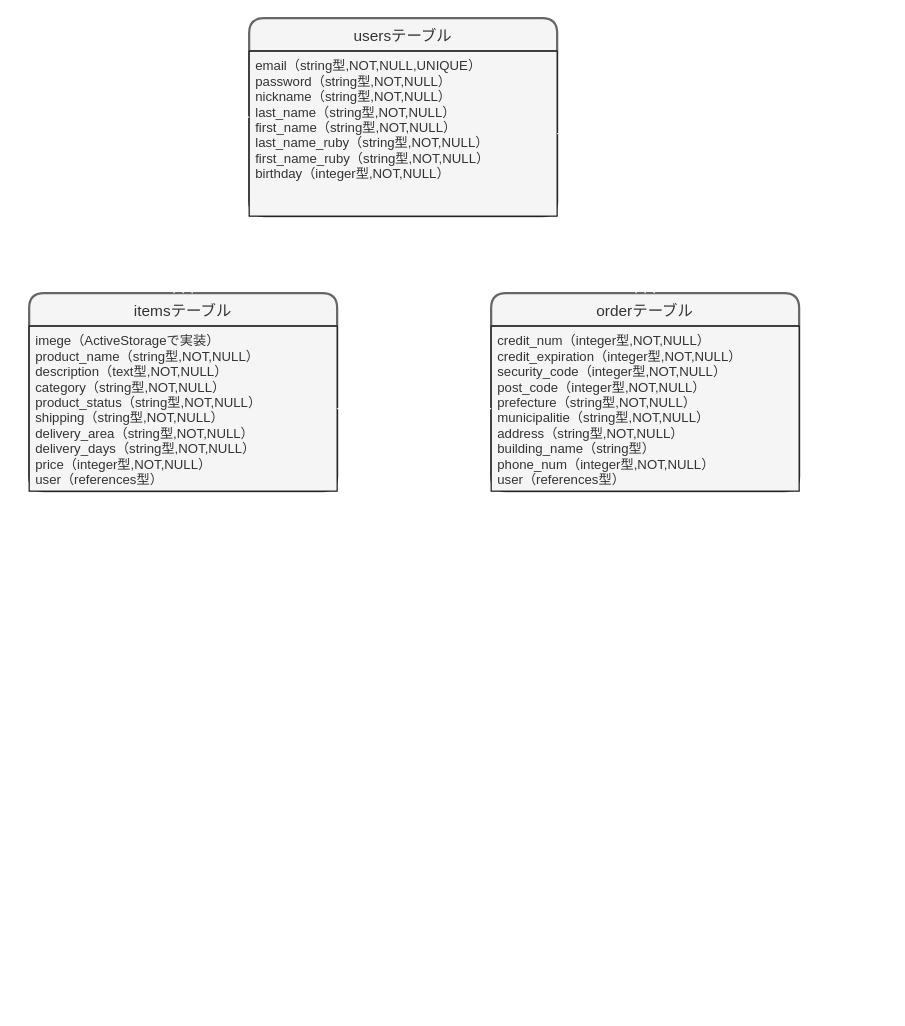
Earlier version of the draw.io diagram furima.dio (hiroki1121/furima-35412). Source tidied: cells renumbered, new cells numbered last; positions are measured from the earlier drawing's top-left corner, leaving out a move shared by most shapes. Both pictures are drawn from the tidied source at 110%, with x=0, y=0 at pixel (29, 18).
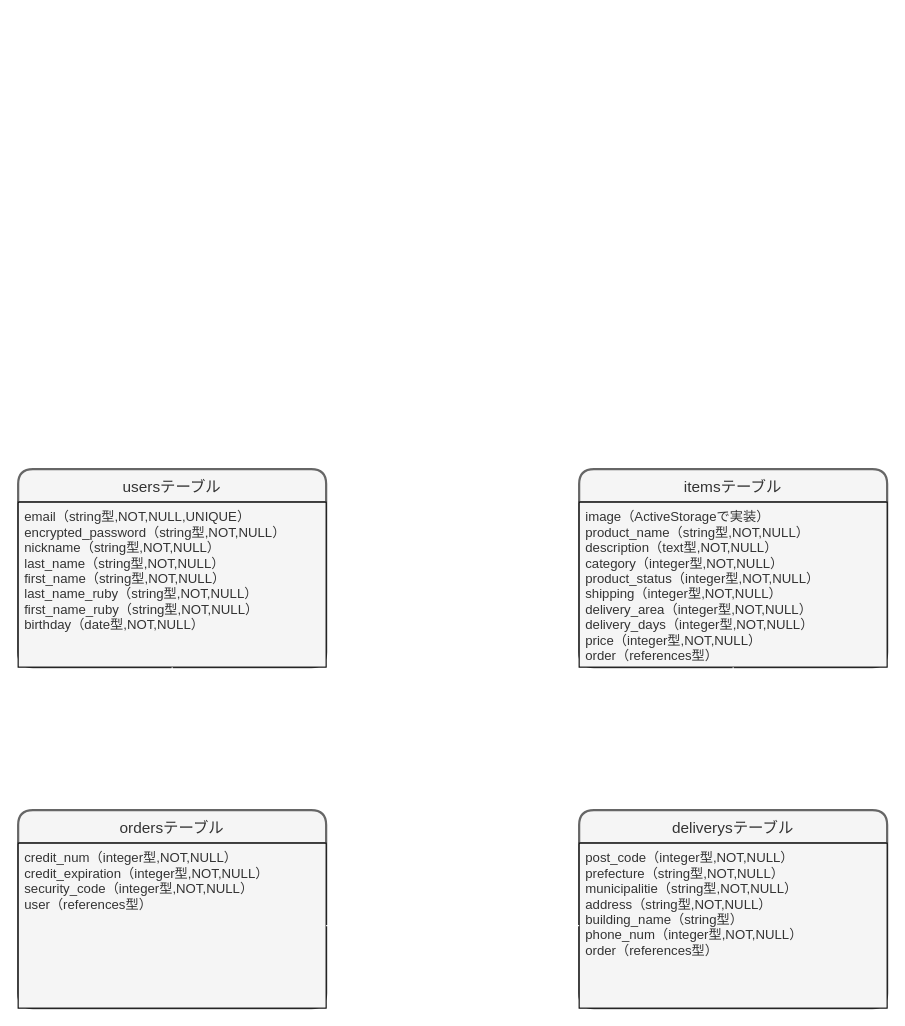
The same page after the edit.

Change to the diagram source:
```diff
@@
 <mxGraphModel>
   <root>
     <mxCell id="0" />
     <mxCell id="1" parent="0" />
+    <mxCell id="8" style="edgeStyle=orthogonalEdgeStyle;rounded=0;jettySize=auto;html=1;entryX=0;entryY=0.4;entryDx=0;entryDy=0;entryPerimeter=0;startArrow=ERone;startFill=0;startSize=15;endArrow=ERmany;endFill=0;endSize=15;targetPerimeterSpacing=0;strokeColor=#FFFFFF;fontFamily=Helvetica;" parent="1" edge="1" source="2" target="11">
+      <mxGeometry relative="1" as="geometry" />
+    </mxCell>
     <mxCell id="2" value="usersテーブル" style="swimlane;horizontal=1;startSize=30;rounded=1;fontSize=14;fontStyle=0;strokeWidth=2;shadow=0;dashed=0;align=center;fillColor=#f5f5f5;strokeColor=#666666;fontColor=#333333;labelPosition=center;verticalLabelPosition=middle;verticalAlign=middle;" parent="1" vertex="1">
-      <mxGeometry x="200" width="280" height="180" as="geometry" />
+      <mxGeometry x="-10" y="410" width="280" height="180" as="geometry" />
     </mxCell>
-    <mxCell id="3" value="email（string型,NOT,NULL,UNIQUE）&#10;password（string型,NOT,NULL）&#10;nickname（string型,NOT,NULL）&#10;last_name（string型,NOT,NULL）&#10;first_name（string型,NOT,NULL）&#10;last_name_ruby（string型,NOT,NULL）&#10;first_name_ruby（string型,NOT,NULL）&#10;birthday（integer型,NOT,NULL）" style="align=left;fillColor=#f5f5f5;spacingLeft=4;fontSize=12;verticalAlign=top;fontColor=#333333;strokeColor=#000000;" parent="2" vertex="1">
+    <mxCell id="3" value="email（string型,NOT,NULL,UNIQUE）&#10;encrypted_password（string型,NOT,NULL）&#10;nickname（string型,NOT,NULL）&#10;last_name（string型,NOT,NULL）&#10;first_name（string型,NOT,NULL）&#10;last_name_ruby（string型,NOT,NULL）&#10;first_name_ruby（string型,NOT,NULL）&#10;birthday（date型,NOT,NULL）" style="align=left;fillColor=#f5f5f5;spacingLeft=4;fontSize=12;verticalAlign=top;fontColor=#333333;strokeColor=#000000;" parent="2" vertex="1">
       <mxGeometry y="30" width="280" height="150" as="geometry" />
     </mxCell>
     <mxCell id="4" value="itemsテーブル" style="swimlane;horizontal=1;startSize=30;rounded=1;fontSize=14;fontStyle=0;strokeWidth=2;shadow=0;dashed=0;align=center;fillColor=#f5f5f5;strokeColor=#666666;fontColor=#333333;" parent="1" vertex="1">
-      <mxGeometry y="250" width="280" height="180" as="geometry" />
+      <mxGeometry x="500" y="410" width="280" height="180" as="geometry" />
     </mxCell>
+    <mxCell id="11" value="image（ActiveStorageで実装）&#10;product_name（string型,NOT,NULL）&#10;description（text型,NOT,NULL）&#10;category（integer型,NOT,NULL）&#10;product_status（integer型,NOT,NULL）&#10;shipping（integer型,NOT,NULL）&#10;delivery_area（integer型,NOT,NULL）&#10;delivery_days（integer型,NOT,NULL）&#10;price（integer型,NOT,NULL）&#10;order（references型）" style="align=left;fillColor=#f5f5f5;spacingLeft=4;fontSize=12;verticalAlign=top;fontColor=#333333;strokeColor=#000000;" parent="4" vertex="1">
+      <mxGeometry y="30" width="280" height="150" as="geometry" />
+    </mxCell>
-    <mxCell id="5" value="imege（ActiveStorageで実装）&#10;product_name（string型,NOT,NULL）&#10;description（text型,NOT,NULL）&#10;category（string型,NOT,NULL）&#10;product_status（string型,NOT,NULL）&#10;shipping（string型,NOT,NULL）&#10;delivery_area（string型,NOT,NULL）&#10;delivery_days（string型,NOT,NULL）&#10;price（integer型,NOT,NULL）&#10;user（references型）" style="align=left;fillColor=#f5f5f5;spacingLeft=4;fontSize=12;verticalAlign=top;fontColor=#333333;strokeColor=#000000;" parent="4" vertex="1">
-      <mxGeometry y="30" width="280" height="150" as="geometry" />
+    <mxCell id="5" style="align=left;fillColor=#f5f5f5;spacingLeft=4;fontSize=12;verticalAlign=top;fontColor=#333333;strokeColor=#000000;" parent="4" vertex="1">
+      <mxGeometry y="180" width="280" as="geometry" />
     </mxCell>
-    <mxCell id="6" value="orderテーブル" style="swimlane;horizontal=1;startSize=30;rounded=1;fontSize=14;fontStyle=0;strokeWidth=2;shadow=0;dashed=0;align=center;fillColor=#f5f5f5;strokeColor=#666666;fontColor=#333333;" parent="1" vertex="1">
-      <mxGeometry x="420" y="250" width="280" height="180" as="geometry" />
+    <mxCell id="6" value="deliverysテーブル" style="swimlane;horizontal=1;startSize=30;rounded=1;fontSize=14;fontStyle=0;strokeWidth=2;shadow=0;dashed=0;align=center;fillColor=#f5f5f5;strokeColor=#666666;fontColor=#333333;" parent="1" vertex="1">
+      <mxGeometry x="500" y="720" width="280" height="180" as="geometry" />
     </mxCell>
-    <mxCell id="7" value="credit_num（integer型,NOT,NULL）&#10;credit_expiration（integer型,NOT,NULL）&#10;security_code（integer型,NOT,NULL）&#10;post_code（integer型,NOT,NULL）&#10;prefecture（string型,NOT,NULL）&#10;municipalitie（string型,NOT,NULL）&#10;address（string型,NOT,NULL）&#10;building_name（string型）&#10;phone_num（integer型,NOT,NULL）&#10;user（references型）" style="align=left;fillColor=#f5f5f5;spacingLeft=4;fontSize=12;verticalAlign=top;fontColor=#333333;strokeColor=#000000;" parent="6" vertex="1">
+    <mxCell id="7" value="post_code（integer型,NOT,NULL）&#10;prefecture（string型,NOT,NULL）&#10;municipalitie（string型,NOT,NULL）&#10;address（string型,NOT,NULL）&#10;building_name（string型）&#10;phone_num（integer型,NOT,NULL）&#10;order（references型）" style="align=left;fillColor=#f5f5f5;spacingLeft=4;fontSize=12;verticalAlign=top;fontColor=#333333;strokeColor=#000000;" parent="6" vertex="1">
       <mxGeometry y="30" width="280" height="150" as="geometry" />
     </mxCell>
-    <mxCell id="8" style="edgeStyle=entityRelationEdgeStyle;fontSize=12;html=1;endArrow=ERmandOne;startArrow=ERmandOne;entryX=0;entryY=0.5;entryDx=0;entryDy=0;exitX=1;exitY=0.5;exitDx=0;exitDy=0;endSize=15;startSize=15;strokeColor=#FFFFFF;" parent="1" edge="1" source="5" target="7">
-      <mxGeometry relative="1" as="geometry" />
-    </mxCell>
+    <mxCell id="12" style="edgeStyle=orthogonalEdgeStyle;rounded=0;jettySize=auto;html=1;exitX=0.5;exitY=0;exitDx=0;exitDy=0;entryX=0.5;entryY=1;entryDx=0;entryDy=0;startArrow=ERmany;startFill=0;startSize=15;endArrow=ERone;endFill=0;endSize=15;targetPerimeterSpacing=0;strokeColor=#FFFFFF;fontFamily=Helvetica;" parent="1" edge="1" source="13" target="3">
+      <mxGeometry relative="1" as="geometry" />
+    </mxCell>
+    <mxCell id="10" style="edgeStyle=orthogonalEdgeStyle;rounded=0;jettySize=auto;html=1;startArrow=ERone;startFill=0;startSize=15;endArrow=ERone;endFill=0;endSize=15;targetPerimeterSpacing=0;strokeColor=#FFFFFF;fontFamily=Helvetica;" parent="1" edge="1" source="13" target="11">
+      <mxGeometry relative="1" as="geometry">
+        <Array as="points">
+          <mxPoint x="180" y="660" />
+          <mxPoint x="640" y="660" />
+        </Array>
+      </mxGeometry>
+    </mxCell>
+    <mxCell id="13" value="ordersテーブル" style="swimlane;horizontal=1;startSize=30;rounded=1;fontSize=14;fontStyle=0;strokeWidth=2;shadow=0;dashed=0;align=center;fillColor=#f5f5f5;strokeColor=#666666;fontColor=#333333;" parent="1" vertex="1">
+      <mxGeometry x="-10" y="720" width="280" height="180" as="geometry" />
+    </mxCell>
+    <mxCell id="14" value="credit_num（integer型,NOT,NULL）&#10;credit_expiration（integer型,NOT,NULL）&#10;security_code（integer型,NOT,NULL）&#10;user（references型）" style="align=left;fillColor=#f5f5f5;spacingLeft=4;fontSize=12;verticalAlign=top;fontColor=#333333;strokeColor=#000000;" parent="13" vertex="1">
+      <mxGeometry y="30" width="280" height="150" as="geometry" />
+    </mxCell>
-    <mxCell id="9" style="rounded=0;jettySize=auto;html=1;fontFamily=Helvetica;startArrow=ERmandOne;startFill=0;edgeStyle=orthogonalEdgeStyle;endArrow=ERmany;endFill=0;endSize=15;targetPerimeterSpacing=0;startSize=15;strokeColor=#FFFFFF;" parent="1" edge="1" target="4">
-      <mxGeometry relative="1" as="geometry">
-        <mxPoint x="200" y="90" as="sourcePoint" />
-        <Array as="points">
-          <mxPoint x="140" y="90" />
-        </Array>
-      </mxGeometry>
+    <mxCell id="9" style="edgeStyle=orthogonalEdgeStyle;rounded=0;jettySize=auto;html=1;entryX=0;entryY=0.5;entryDx=0;entryDy=0;startArrow=ERone;startFill=0;startSize=15;endArrow=ERone;endFill=0;endSize=15;targetPerimeterSpacing=0;strokeColor=#FFFFFF;fontFamily=Helvetica;" parent="1" edge="1" source="14" target="7">
+      <mxGeometry relative="1" as="geometry" />
     </mxCell>
-    <mxCell id="10" style="edgeStyle=orthogonalEdgeStyle;rounded=0;jettySize=auto;html=1;startArrow=ERmandOne;startFill=0;startSize=15;endArrow=ERmany;endFill=0;endSize=15;targetPerimeterSpacing=0;fontFamily=Helvetica;entryX=0.5;entryY=0;entryDx=0;entryDy=0;exitX=1;exitY=0.5;exitDx=0;exitDy=0;strokeColor=#FFFFFF;" parent="1" edge="1" source="3" target="6">
-      <mxGeometry relative="1" as="geometry" />
-    </mxCell>
   </root>
 </mxGraphModel>
```
